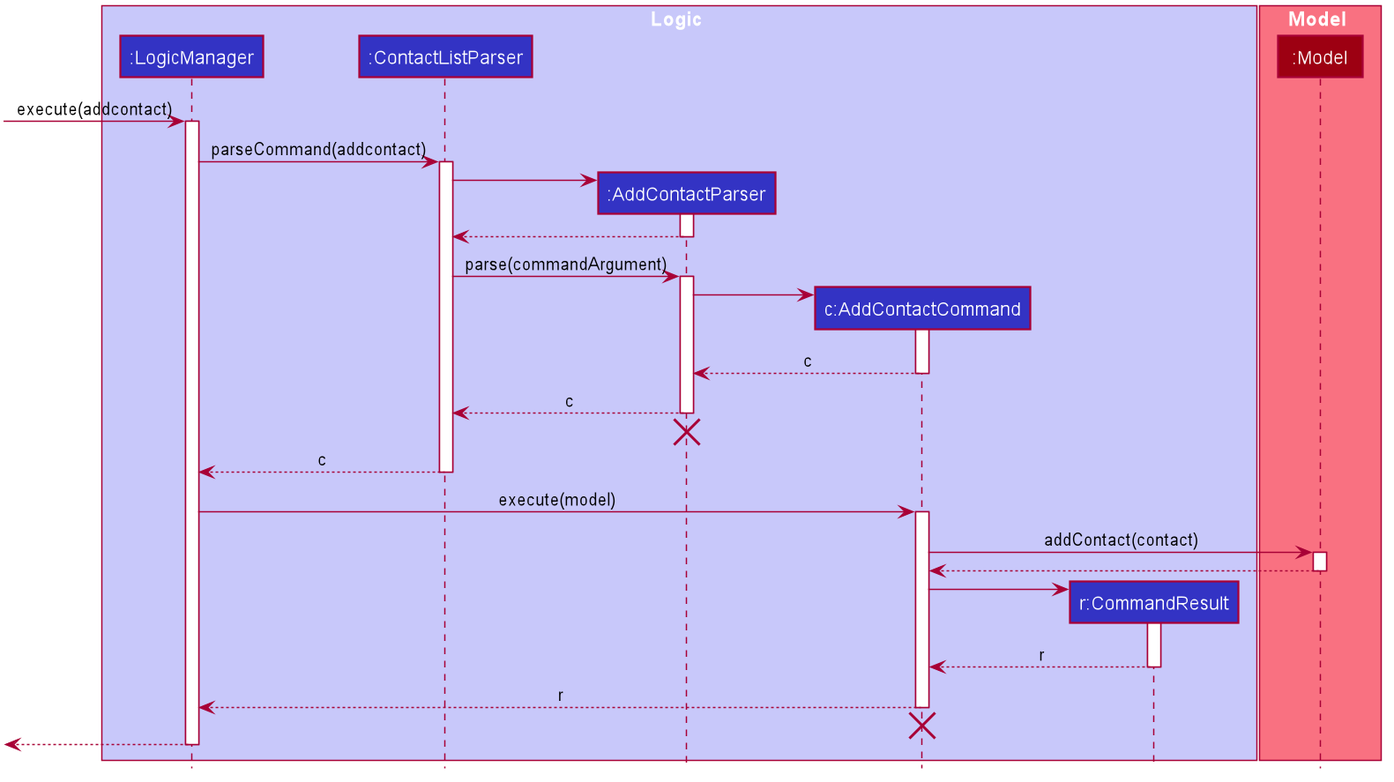
Above: docs/images/Contact/AddContactSequenceDiagram.png in nus-cs2103-AY2021S1/tp (PlantUML), before the change. Its diagram source:
```plantuml
@startuml








skinparam BackgroundColor #FFFFFFF

skinparam Shadowing false

skinparam Class {
    FontColor #FFFFFF
    BorderThickness 1
    BorderColor #FFFFFF
    StereotypeFontColor #FFFFFF
    FontName Arial
}

skinparam Actor {
    BorderColor #000000
    Color #000000
    FontName Arial
}

skinparam Sequence {
    MessageAlign center
    BoxFontSize 15
    BoxPadding 0
    BoxFontColor #FFFFFF
    FontName Arial
}

skinparam Participant {
    FontColor #FFFFFFF
    Padding 20
}

skinparam MinClassWidth 50
skinparam ParticipantPadding 10
skinparam Shadowing false
skinparam DefaultTextAlignment center
skinparam packageStyle Rectangle

hide footbox
hide members
hide circle

box Logic #C8C8FA
participant ":LogicManager" as LogicManager #3333C4
participant ":ContactListParser" as ContactListParser #3333C4
participant ":AddContactParser" as AddContactParser #3333C4
participant "c:AddContactCommand" as AddContactCommand #3333C4
participant "r:CommandResult" as CommandResult #3333C4
end box

box Model #F97181
participant ":Model" as Model #9D0012
end box

[-> LogicManager : execute(addcontact)
activate LogicManager

LogicManager -> ContactListParser : parseCommand(addcontact)
activate ContactListParser

create AddContactParser
ContactListParser -> AddContactParser
activate AddContactParser

AddContactParser --> ContactListParser
deactivate AddContactParser

ContactListParser -> AddContactParser :parse(commandArgument)
activate AddContactParser

create AddContactCommand
AddContactParser -> AddContactCommand
activate AddContactCommand

AddContactCommand --> AddContactParser: c
deactivate AddContactCommand

AddContactParser --> ContactListParser: c
deactivate AddContactParser

AddContactParser -[hidden]-> AddContactCommand
destroy AddContactParser

ContactListParser --> LogicManager: c
deactivate ContactListParser

LogicManager -> AddContactCommand : execute(model)
activate AddContactCommand

AddContactCommand -> Model : addContact(contact)
activate Model

Model --> AddContactCommand
deactivate Model

create CommandResult
AddContactCommand -> CommandResult
activate CommandResult

CommandResult --> AddContactCommand: r
deactivate CommandResult

AddContactCommand --> LogicManager: r
deactivate AddContactCommand

AddContactCommand -[hidden]-> LogicManager
destroy AddContactCommand

[<--LogicManager
deactivate LogicManager
@enduml
```
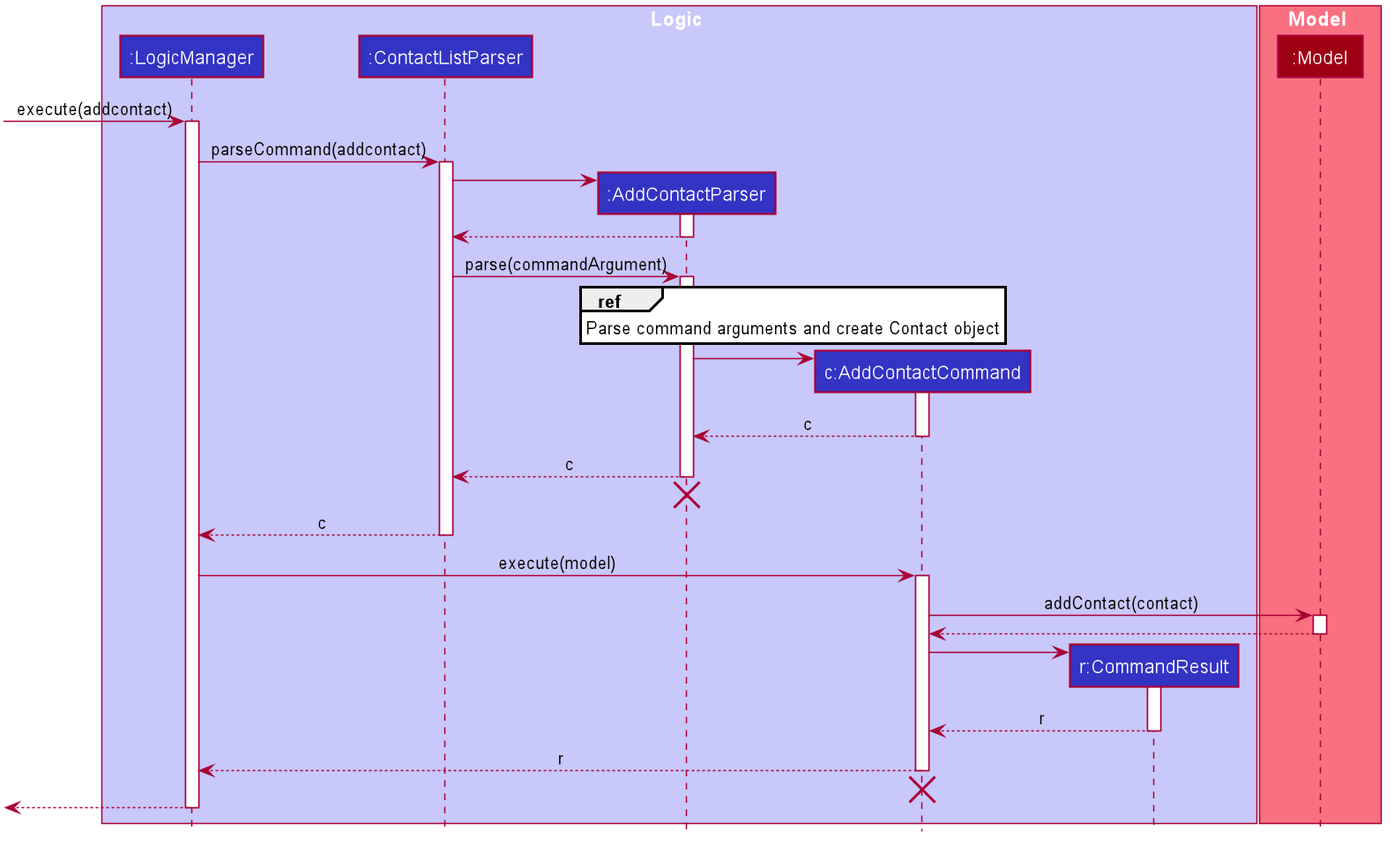
Later version of the same file.

What changed in the source:
```diff
@@ -76,6 +76,8 @@
 ContactListParser -> AddContactParser :parse(commandArgument)
 activate AddContactParser
 
+ref over AddContactParser: Parse command arguments and create Contact object
+
 create AddContactCommand
 AddContactParser -> AddContactCommand
 activate AddContactCommand
```
